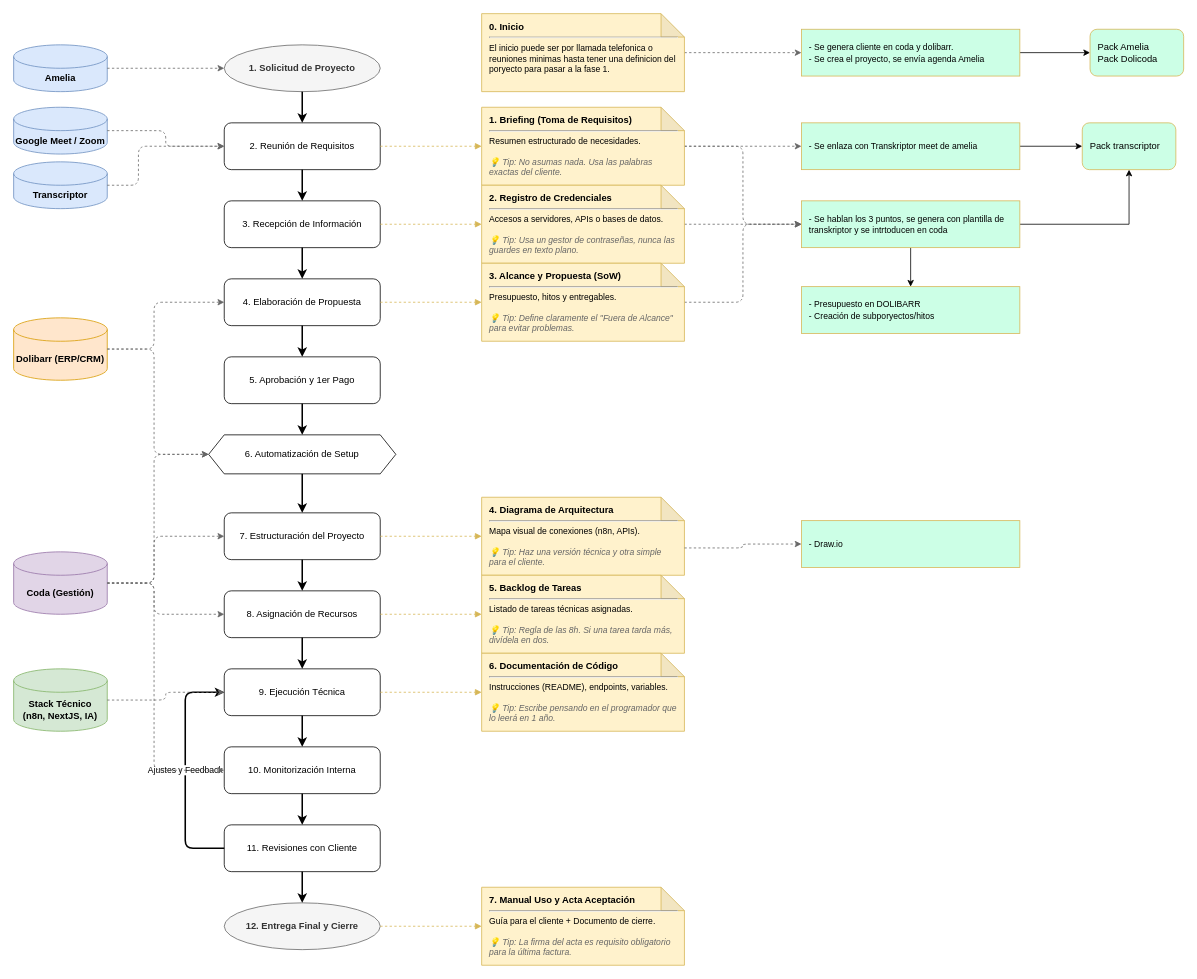
onnadigital-ia/draw.io keeps this draw.io diagram as implantacions.drawio. Above is the earlier version. Source tidied: cells renumbered, new cells numbered last; positions are measured from the earlier drawing's top-left corner, leaving out a move shared by most shapes. Both pictures are drawn from the tidied source at 78%, with x=0, y=0 at pixel (13, 13).
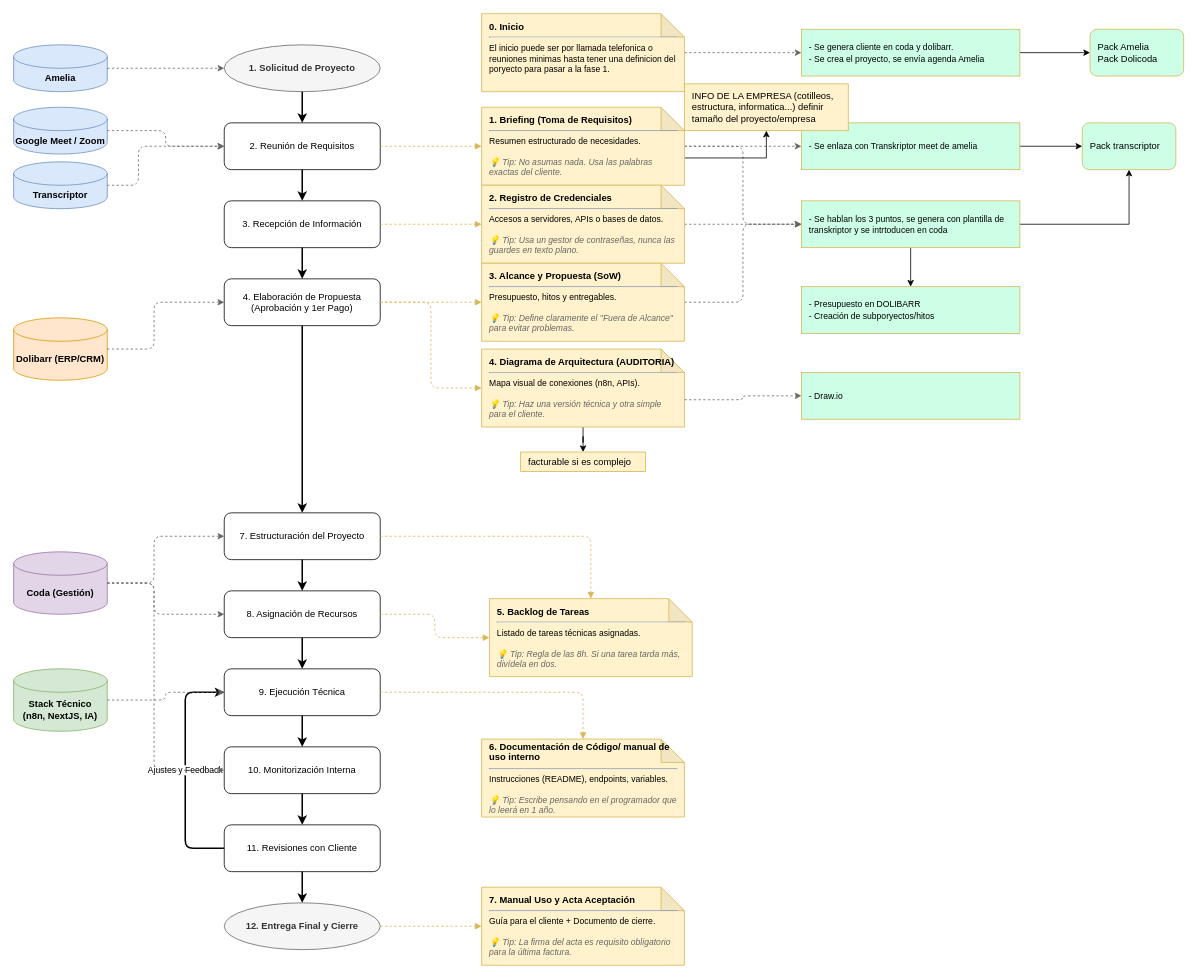
After the change.

The change refers to these unchanged cells:
```xml
<mxCell id="4" value="Dolibarr (ERP/CRM)" style="shape=cylinder3;whiteSpace=wrap;html=1;boundedLbl=1;backgroundOutline=1;size=15;fillColor=#ffe6cc;strokeColor=#d79b00;fontStyle=1;" parent="1" vertex="1">
  <mxGeometry y="390" width="120" height="80" as="geometry" />
</mxCell>
<mxCell id="5" value="Coda (Gestión)" style="shape=cylinder3;whiteSpace=wrap;html=1;boundedLbl=1;backgroundOutline=1;size=15;fillColor=#e1d5e7;strokeColor=#9673a6;fontStyle=1;" parent="1" vertex="1">
  <mxGeometry y="690" width="120" height="80" as="geometry" />
</mxCell>
<mxCell id="13" value="7. Estructuración del Proyecto" style="rounded=1;whiteSpace=wrap;html=1;fillColor=#ffffff;strokeColor=#000000;" parent="1" vertex="1">
  <mxGeometry x="270" y="640" width="200" height="60" as="geometry" />
</mxCell>
<mxCell id="21" value="&lt;b&gt;1. Briefing (Toma de Requisitos)&lt;/b&gt;&lt;hr&gt;&lt;div style=&quot;font-size:11px;&quot;&gt;Resumen estructurado de necesidades.&lt;br&gt;&lt;br&gt;&lt;i style=&quot;color:#666666;&quot;&gt;💡 Tip: No asumas nada. Usa las palabras exactas del cliente.&lt;/i&gt;&lt;/div&gt;" style="shape=note;whiteSpace=wrap;html=1;backgroundOutline=1;darkOpacity=0.05;fillColor=#fff2cc;strokeColor=#d6b656;align=left;spacing=10;" parent="1" vertex="1">
  <mxGeometry x="600" y="120" width="260" height="100" as="geometry" />
</mxCell>
```

Change to the diagram source:
```diff
@@
-    <mxCell id="10" value="4. Elaboración de Propuesta" style="rounded=1;whiteSpace=wrap;html=1;fillColor=#ffffff;strokeColor=#000000;" parent="1" vertex="1">
+    <mxCell id="10" value="4. Elaboración de Propuesta (Aprobación y 1er Pago)" style="rounded=1;whiteSpace=wrap;html=1;fillColor=#ffffff;strokeColor=#000000;" parent="1" vertex="1">
       <mxGeometry x="270" y="340" width="200" height="60" as="geometry" />
     </mxCell>
-    <mxCell id="11" value="5. Aprobación y 1er Pago" style="rounded=1;whiteSpace=wrap;html=1;fillColor=#ffffff;strokeColor=#000000;" parent="1" vertex="1">
-      <mxGeometry x="270" y="440" width="200" height="60" as="geometry" />
-    </mxCell>
-    <mxCell id="12" value="6. Automatización de Setup" style="shape=hexagon;perimeter=hexagonPerimeter2;whiteSpace=wrap;html=1;fixedSize=1;fillColor=#ffffff;strokeColor=#000000;" parent="1" vertex="1">
-      <mxGeometry x="250" y="540" width="240" height="50" as="geometry" />
-    </mxCell>
@@
+    <mxCell id="74" style="edgeStyle=orthogonalEdgeStyle;rounded=0;jettySize=auto;html=1;exitX=0;exitY=0;exitDx=260;exitDy=65;exitPerimeter=0;" parent="1" edge="1" source="21" target="76">
+      <mxGeometry relative="1" as="geometry" />
+    </mxCell>
@@
+    <mxCell id="75" style="edgeStyle=orthogonalEdgeStyle;rounded=0;jettySize=auto;html=1;" parent="1" edge="1" source="26" target="78">
+      <mxGeometry relative="1" as="geometry" />
+    </mxCell>
-    <mxCell id="26" value="&lt;b&gt;4. Diagrama de Arquitectura&lt;/b&gt;&lt;hr&gt;&lt;div style=&quot;font-size:11px;&quot;&gt;Mapa visual de conexiones (n8n, APIs).&lt;br&gt;&lt;br&gt;&lt;i style=&quot;color:#666666;&quot;&gt;💡 Tip: Haz una versión técnica y otra simple para el cliente.&lt;/i&gt;&lt;/div&gt;" style="shape=note;whiteSpace=wrap;html=1;backgroundOutline=1;darkOpacity=0.05;fillColor=#fff2cc;strokeColor=#d6b656;align=left;spacing=10;" parent="1" vertex="1">
-      <mxGeometry x="600" y="620" width="260" height="100" as="geometry" />
+    <mxCell id="26" value="&lt;b&gt;4. Diagrama de Arquitectura (AUDITORIA)&lt;/b&gt;&lt;hr&gt;&lt;div style=&quot;font-size:11px;&quot;&gt;Mapa visual de conexiones (n8n, APIs).&lt;br&gt;&lt;br&gt;&lt;i style=&quot;color: rgb(102, 102, 102);&quot;&gt;💡 Tip: Haz una versión técnica y otra simple para el cliente.&lt;/i&gt;&lt;/div&gt;" style="shape=note;whiteSpace=wrap;html=1;backgroundOutline=1;darkOpacity=0.05;fillColor=#fff2cc;strokeColor=#d6b656;align=left;spacing=10;" parent="1" vertex="1">
+      <mxGeometry x="600" y="430" width="260" height="100" as="geometry" />
     </mxCell>
     <mxCell id="27" value="&lt;b&gt;5. Backlog de Tareas&lt;/b&gt;&lt;hr&gt;&lt;div style=&quot;font-size:11px;&quot;&gt;Listado de tareas técnicas asignadas.&lt;br&gt;&lt;br&gt;&lt;i style=&quot;color:#666666;&quot;&gt;💡 Tip: Regla de las 8h. Si una tarea tarda más, divídela en dos.&lt;/i&gt;&lt;/div&gt;" style="shape=note;whiteSpace=wrap;html=1;backgroundOutline=1;darkOpacity=0.05;fillColor=#fff2cc;strokeColor=#d6b656;align=left;spacing=10;" parent="1" vertex="1">
-      <mxGeometry x="600" y="720" width="260" height="100" as="geometry" />
+      <mxGeometry x="610" y="750" width="260" height="100" as="geometry" />
     </mxCell>
-    <mxCell id="28" value="&lt;b&gt;6. Documentación de Código&lt;/b&gt;&lt;hr&gt;&lt;div style=&quot;font-size:11px;&quot;&gt;Instrucciones (README), endpoints, variables.&lt;br&gt;&lt;br&gt;&lt;i style=&quot;color:#666666;&quot;&gt;💡 Tip: Escribe pensando en el programador que lo leerá en 1 año.&lt;/i&gt;&lt;/div&gt;" style="shape=note;whiteSpace=wrap;html=1;backgroundOutline=1;darkOpacity=0.05;fillColor=#fff2cc;strokeColor=#d6b656;align=left;spacing=10;" parent="1" vertex="1">
-      <mxGeometry x="600" y="820" width="260" height="100" as="geometry" />
+    <mxCell id="28" value="&lt;b&gt;6. Documentación de Código/ manual de uso interno&lt;/b&gt;&lt;hr&gt;&lt;div style=&quot;font-size:11px;&quot;&gt;Instrucciones (README), endpoints, variables.&lt;br&gt;&lt;br&gt;&lt;i style=&quot;color: rgb(102, 102, 102);&quot;&gt;💡 Tip: Escribe pensando en el programador que lo leerá en 1 año.&lt;/i&gt;&lt;/div&gt;" style="shape=note;whiteSpace=wrap;html=1;backgroundOutline=1;darkOpacity=0.05;fillColor=#fff2cc;strokeColor=#d6b656;align=left;spacing=10;" parent="1" vertex="1">
+      <mxGeometry x="600" y="930" width="260" height="100" as="geometry" />
     </mxCell>
@@
-    <mxCell id="33" style="edgeStyle=orthogonalEdgeStyle;rounded=1;html=1;strokeWidth=2;" parent="1" edge="1" source="10" target="11">
+    <mxCell id="33" style="edgeStyle=orthogonalEdgeStyle;rounded=1;html=1;strokeWidth=2;entryX=0.5;entryY=0;entryDx=0;entryDy=0;" parent="1" edge="1" source="10" target="13">
       <mxGeometry relative="1" as="geometry" />
     </mxCell>
-    <mxCell id="34" style="edgeStyle=orthogonalEdgeStyle;rounded=1;html=1;strokeWidth=2;" parent="1" edge="1" source="11" target="12">
-      <mxGeometry relative="1" as="geometry" />
-    </mxCell>
-    <mxCell id="35" style="edgeStyle=orthogonalEdgeStyle;rounded=1;html=1;strokeWidth=2;" parent="1" edge="1" source="12" target="13">
-      <mxGeometry relative="1" as="geometry" />
-    </mxCell>
@@
-    <mxCell id="45" style="edgeStyle=orthogonalEdgeStyle;rounded=1;dashed=1;html=1;strokeColor=#666666;endArrow=classic;endFill=1;" parent="1" edge="1" source="4" target="12">
-      <mxGeometry relative="1" as="geometry">
-        <Array as="points">
-          <mxPoint x="180" y="430" />
-          <mxPoint x="180" y="565" />
-        </Array>
-      </mxGeometry>
-    </mxCell>
-    <mxCell id="46" style="edgeStyle=orthogonalEdgeStyle;rounded=1;dashed=1;html=1;strokeColor=#666666;endArrow=classic;endFill=1;" parent="1" edge="1" source="5" target="12">
-      <mxGeometry relative="1" as="geometry">
-        <Array as="points">
-          <mxPoint x="180" y="730" />
-          <mxPoint x="180" y="565" />
-        </Array>
-      </mxGeometry>
-    </mxCell>
@@
-    <mxCell id="54" style="edgeStyle=orthogonalEdgeStyle;rounded=1;dashed=1;html=1;strokeColor=#d6b656;endArrow=block;endFill=1;" parent="1" edge="1" source="13" target="26">
+    <mxCell id="54" style="edgeStyle=orthogonalEdgeStyle;rounded=1;dashed=1;html=1;strokeColor=#d6b656;endArrow=block;endFill=1;entryX=0.5;entryY=0;entryDx=0;entryDy=0;entryPerimeter=0;" parent="1" edge="1" source="13" target="27">
       <mxGeometry relative="1" as="geometry" />
     </mxCell>
@@
     <mxCell id="72" value="&lt;span style=&quot;font-size: 11px;&quot;&gt;- Draw.io&lt;/span&gt;" style="whiteSpace=wrap;html=1;align=left;fillColor=#CCFFE6;strokeColor=#d6b656;spacing=10;" parent="1" vertex="1">
-      <mxGeometry x="1010" y="650" width="280" height="60" as="geometry" />
+      <mxGeometry x="1010" y="460" width="280" height="60" as="geometry" />
     </mxCell>
@@
+    <mxCell id="76" value="INFO DE LA EMPRESA (cotilleos, estructura, informatica...) definir tamaño del proyecto/empresa" style="whiteSpace=wrap;html=1;align=left;fillColor=#fff2cc;strokeColor=#d6b656;spacing=10;" parent="1" vertex="1">
+      <mxGeometry x="860" y="90" width="210" height="60" as="geometry" />
+    </mxCell>
+    <mxCell id="77" style="edgeStyle=orthogonalEdgeStyle;rounded=1;dashed=1;html=1;strokeColor=#d6b656;endArrow=block;endFill=1;entryX=0;entryY=0.5;entryDx=0;entryDy=0;entryPerimeter=0;" parent="1" edge="1" source="10" target="26">
+      <mxGeometry relative="1" as="geometry" />
+    </mxCell>
+    <mxCell id="78" value="facturable si es complejo" style="whiteSpace=wrap;html=1;align=left;fillColor=#fff2cc;strokeColor=#d6b656;spacing=10;" parent="1" vertex="1">
+      <mxGeometry x="650" y="562" width="160" height="25" as="geometry" />
+    </mxCell>
```
